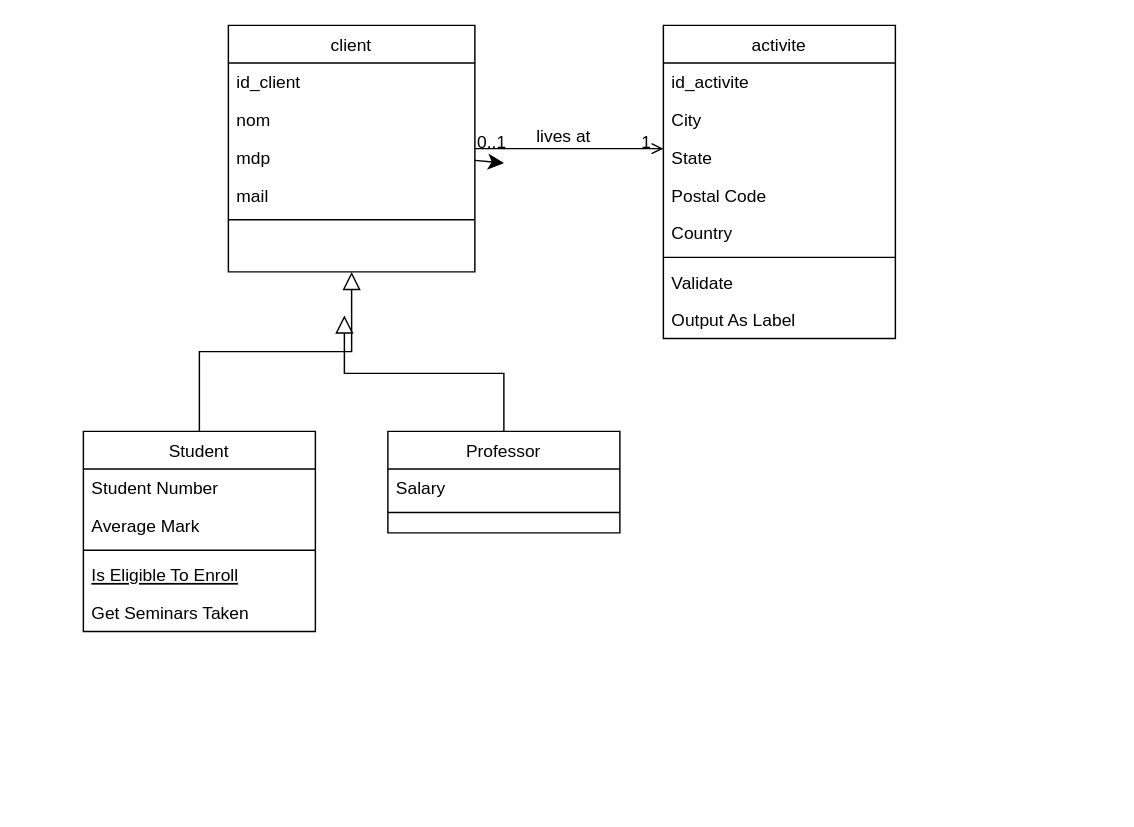
The draw.io diagram Diagramme sans nom.drawio in Jeremy-Cloarec/back-mystifolie, before the edit. Source tidied: cells renumbered, new cells numbered last; positions are measured from the earlier drawing's top-left corner, leaving out a move shared by most shapes. Both pictures are drawn from the tidied source at 145%, with x=0, y=0 at pixel (83, 25).
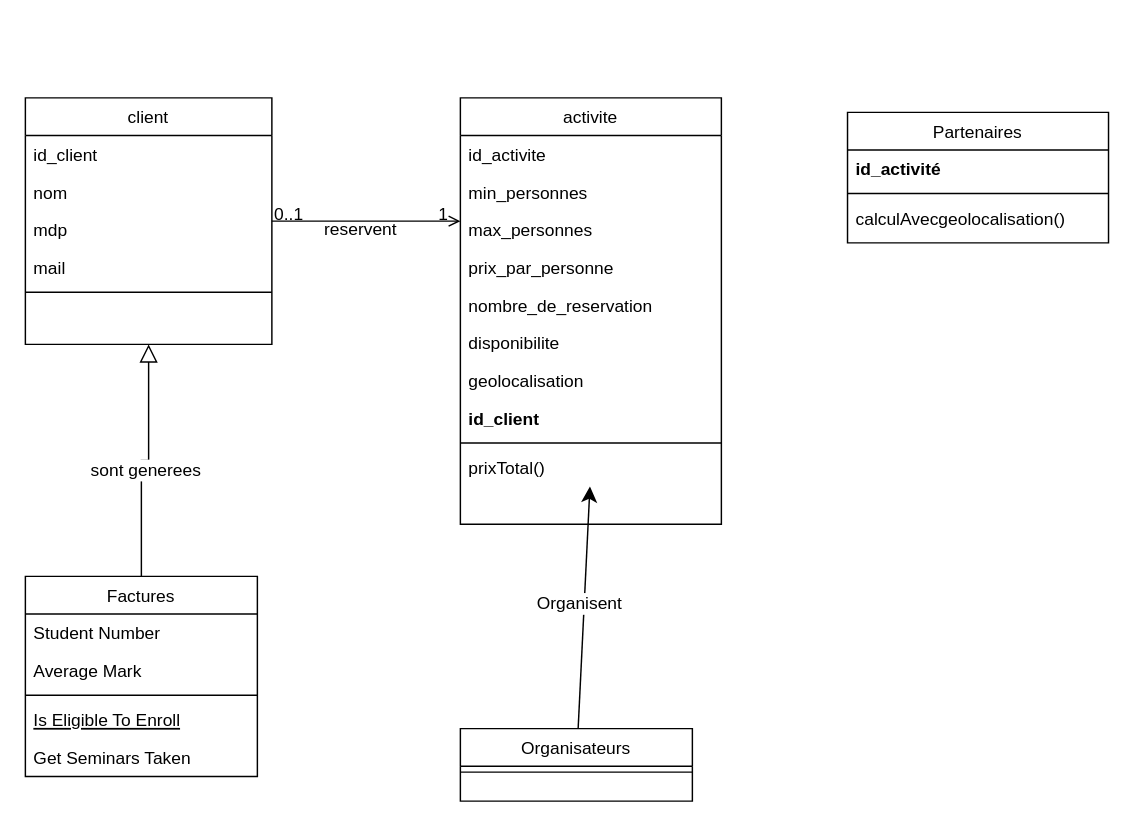
Above is the later version.

Commit message (it also covers changes not shown here):
Mettre à jour Diagramme sans nom.drawio

The change refers to these unchanged cells:
```xml
<mxCell id="15" style="endArrow=block;endSize=10;endFill=0;shadow=0;strokeWidth=1;rounded=0;curved=0;edgeStyle=elbowEdgeStyle;elbow=vertical;" parent="1" edge="1" source="9" target="3">
  <mxGeometry relative="1" as="geometry" />
</mxCell>
<mxCell id="29" style="endArrow=open;shadow=0;strokeWidth=1;rounded=0;curved=0;endFill=1;edgeStyle=elbowEdgeStyle;elbow=vertical;" parent="1" edge="1" source="3" target="20">
  <mxGeometry x="0.5" y="41" relative="1" as="geometry">
    <mxPoint x="-40" y="32" as="offset" />
  </mxGeometry>
</mxCell>
```

The edit, as a diff of the source:
```diff
@@
-    <mxCell id="2" style="edgeStyle=none;curved=1;rounded=0;jettySize=auto;html=1;fontSize=12;startSize=8;endSize=8;" parent="1" edge="1" source="3">
-      <mxGeometry relative="1" as="geometry">
-        <mxPoint x="290" y="95" as="targetPoint" />
-      </mxGeometry>
-    </mxCell>
+    <mxCell id="33" value="Partenaires" style="swimlane;fontStyle=0;align=center;verticalAlign=top;horizontal=1;startSize=26;rounded=0;shadow=0;strokeWidth=1;" parent="1" vertex="1">
+      <mxGeometry x="527" y="60" width="180" height="90" as="geometry" />
+    </mxCell>
+    <mxCell id="34" value="id_activité" style="text;align=left;verticalAlign=top;spacingLeft=4;spacingRight=4;overflow=hidden;fontStyle=1;" parent="33" vertex="1">
+      <mxGeometry y="26" width="180" height="26" as="geometry" />
+    </mxCell>
+    <mxCell id="35" style="line;html=1;strokeWidth=1;align=left;verticalAlign=middle;spacingTop=-1;spacingLeft=3;spacingRight=3;labelPosition=right;" parent="33" vertex="1">
+      <mxGeometry y="52" width="180" height="8" as="geometry" />
+    </mxCell>
+    <mxCell id="36" value="calculAvecgeolocalisation()" style="text;align=left;verticalAlign=top;spacingLeft=4;spacingRight=4;overflow=hidden;" parent="33" vertex="1">
+      <mxGeometry y="60" width="180" height="26" as="geometry" />
+    </mxCell>
     <mxCell id="3" value="client" style="swimlane;fontStyle=0;align=center;verticalAlign=top;horizontal=1;startSize=26;rounded=0;shadow=0;strokeWidth=1;" parent="1" vertex="1">
-      <mxGeometry x="100" width="170" height="170" as="geometry" />
+      <mxGeometry x="-40" y="50" width="170" height="170" as="geometry" />
     </mxCell>
@@
-    <mxCell id="9" value="Student" style="swimlane;fontStyle=0;align=center;verticalAlign=top;horizontal=1;startSize=26;rounded=0;shadow=0;strokeWidth=1;" parent="1" vertex="1">
-      <mxGeometry y="280" width="160" height="138" as="geometry" />
+    <mxCell id="9" value="Factures" style="swimlane;fontStyle=0;align=center;verticalAlign=top;horizontal=1;startSize=26;rounded=0;shadow=0;strokeWidth=1;" parent="1" vertex="1">
+      <mxGeometry x="-40" y="380" width="160" height="138" as="geometry" />
     </mxCell>
@@
+    <mxCell id="37" value="sont generees" style="edgeLabel;html=1;align=center;verticalAlign=middle;fontSize=12;" parent="15" vertex="1">
+      <mxGeometry x="-0.1" y="-2" relative="1" as="geometry" />
+    </mxCell>
+    <mxCell id="38" style="edgeStyle=none;curved=1;rounded=0;jettySize=auto;html=1;fontSize=12;startSize=8;endSize=8;" parent="1" edge="1" source="16" target="27">
+      <mxGeometry relative="1" as="geometry" />
+    </mxCell>
+    <mxCell id="39" value="Organisent" style="edgeLabel;html=1;align=center;verticalAlign=middle;fontSize=12;" parent="38" vertex="1">
+      <mxGeometry x="0.03" y="4" relative="1" as="geometry" />
+    </mxCell>
-    <mxCell id="16" value="Professor" style="swimlane;fontStyle=0;align=center;verticalAlign=top;horizontal=1;startSize=26;rounded=0;shadow=0;strokeWidth=1;" parent="1" vertex="1">
-      <mxGeometry x="210" y="280" width="160" height="70" as="geometry" />
+    <mxCell id="16" value="Organisateurs" style="swimlane;fontStyle=0;align=center;verticalAlign=top;horizontal=1;startSize=26;rounded=0;shadow=0;strokeWidth=1;" parent="1" vertex="1">
+      <mxGeometry x="260" y="485" width="160" height="50" as="geometry" />
     </mxCell>
-    <mxCell id="17" value="Salary" style="text;align=left;verticalAlign=top;spacingLeft=4;spacingRight=4;overflow=hidden;" parent="16" vertex="1">
-      <mxGeometry y="26" width="160" height="26" as="geometry" />
-    </mxCell>
     <mxCell id="18" style="line;html=1;strokeWidth=1;align=left;verticalAlign=middle;spacingTop=-1;spacingLeft=3;spacingRight=3;labelPosition=right;" parent="16" vertex="1">
-      <mxGeometry y="52" width="160" height="8" as="geometry" />
+      <mxGeometry y="26" width="160" height="8" as="geometry" />
     </mxCell>
-    <mxCell id="19" style="endArrow=block;endSize=10;endFill=0;shadow=0;strokeWidth=1;rounded=0;curved=0;edgeStyle=elbowEdgeStyle;elbow=vertical;" parent="1" edge="1" source="16">
-      <mxGeometry relative="1" as="geometry">
-        <mxPoint x="180" y="200" as="targetPoint" />
-      </mxGeometry>
-    </mxCell>
     <mxCell id="20" value="activite" style="swimlane;fontStyle=0;align=center;verticalAlign=top;horizontal=1;startSize=26;rounded=0;shadow=0;strokeWidth=1;" parent="1" vertex="1">
-      <mxGeometry x="400" width="160" height="216" as="geometry" />
+      <mxGeometry x="260" y="50" width="180" height="294" as="geometry" />
     </mxCell>
     <mxCell id="21" value="id_activite" style="text;align=left;verticalAlign=top;spacingLeft=4;spacingRight=4;overflow=hidden;" parent="20" vertex="1">
-      <mxGeometry y="26" width="160" height="26" as="geometry" />
+      <mxGeometry y="26" width="180" height="26" as="geometry" />
     </mxCell>
+    <mxCell id="23" value="min_personnes" style="text;align=left;verticalAlign=top;spacingLeft=4;spacingRight=4;overflow=hidden;rounded=0;shadow=0;html=0;" parent="20" vertex="1">
+      <mxGeometry y="52" width="180" height="26" as="geometry" />
+    </mxCell>
-    <mxCell id="22" value="City" style="text;align=left;verticalAlign=top;spacingLeft=4;spacingRight=4;overflow=hidden;rounded=0;shadow=0;html=0;" parent="20" vertex="1">
-      <mxGeometry y="52" width="160" height="26" as="geometry" />
+    <mxCell id="22" value="max_personnes" style="text;align=left;verticalAlign=top;spacingLeft=4;spacingRight=4;overflow=hidden;rounded=0;shadow=0;html=0;" parent="20" vertex="1">
+      <mxGeometry y="78" width="180" height="26" as="geometry" />
     </mxCell>
-    <mxCell id="23" value="State" style="text;align=left;verticalAlign=top;spacingLeft=4;spacingRight=4;overflow=hidden;rounded=0;shadow=0;html=0;" parent="20" vertex="1">
-      <mxGeometry y="78" width="160" height="26" as="geometry" />
-    </mxCell>
-    <mxCell id="24" value="Postal Code" style="text;align=left;verticalAlign=top;spacingLeft=4;spacingRight=4;overflow=hidden;rounded=0;shadow=0;html=0;" parent="20" vertex="1">
-      <mxGeometry y="104" width="160" height="26" as="geometry" />
+    <mxCell id="24" value="prix_par_personne" style="text;align=left;verticalAlign=top;spacingLeft=4;spacingRight=4;overflow=hidden;rounded=0;shadow=0;html=0;" parent="20" vertex="1">
+      <mxGeometry y="104" width="180" height="26" as="geometry" />
     </mxCell>
-    <mxCell id="25" value="Country" style="text;align=left;verticalAlign=top;spacingLeft=4;spacingRight=4;overflow=hidden;rounded=0;shadow=0;html=0;" parent="20" vertex="1">
-      <mxGeometry y="130" width="160" height="26" as="geometry" />
+    <mxCell id="25" value="nombre_de_reservation" style="text;align=left;verticalAlign=top;spacingLeft=4;spacingRight=4;overflow=hidden;rounded=0;shadow=0;html=0;" parent="20" vertex="1">
+      <mxGeometry y="130" width="180" height="26" as="geometry" />
     </mxCell>
+    <mxCell id="40" value="disponibilite" style="text;align=left;verticalAlign=top;spacingLeft=4;spacingRight=4;overflow=hidden;rounded=0;shadow=0;html=0;" parent="20" vertex="1">
+      <mxGeometry y="156" width="180" height="26" as="geometry" />
+    </mxCell>
+    <mxCell id="28" value="geolocalisation" style="text;align=left;verticalAlign=top;spacingLeft=4;spacingRight=4;overflow=hidden;" parent="20" vertex="1">
+      <mxGeometry y="182" width="180" height="26" as="geometry" />
+    </mxCell>
+    <mxCell id="41" value="id_client" style="text;align=left;verticalAlign=top;spacingLeft=4;spacingRight=4;overflow=hidden;fontStyle=1;" parent="20" vertex="1">
+      <mxGeometry y="208" width="180" height="26" as="geometry" />
+    </mxCell>
     <mxCell id="26" style="line;html=1;strokeWidth=1;align=left;verticalAlign=middle;spacingTop=-1;spacingLeft=3;spacingRight=3;labelPosition=right;" parent="20" vertex="1">
-      <mxGeometry y="156" width="160" height="8" as="geometry" />
+      <mxGeometry y="234" width="180" height="8" as="geometry" />
     </mxCell>
-    <mxCell id="27" value="Validate" style="text;align=left;verticalAlign=top;spacingLeft=4;spacingRight=4;overflow=hidden;points=[[0,0.5],[1,0.5]];portConstraint=eastwest;" parent="20" vertex="1">
-      <mxGeometry y="164" width="160" height="26" as="geometry" />
+    <mxCell id="27" value="prixTotal()" style="text;align=left;verticalAlign=top;spacingLeft=4;spacingRight=4;overflow=hidden;points=[[0,0.5],[1,0.5]];portConstraint=eastwest;" parent="20" vertex="1">
+      <mxGeometry y="242" width="180" height="26" as="geometry" />
     </mxCell>
-    <mxCell id="28" value="Output As Label" style="text;align=left;verticalAlign=top;spacingLeft=4;spacingRight=4;overflow=hidden;" parent="20" vertex="1">
-      <mxGeometry y="190" width="160" height="26" as="geometry" />
-    </mxCell>
@@
-    <mxCell id="32" value="lives at" style="text;html=1;align=center;verticalAlign=middle;labelBackgroundColor=none;rounded=0;shadow=0;strokeWidth=1;fontSize=12;" parent="29" vertex="1">
+    <mxCell id="32" value="reservent" style="text;html=1;align=center;verticalAlign=middle;labelBackgroundColor=none;rounded=0;shadow=0;strokeWidth=1;fontSize=12;" parent="29" vertex="1">
       <mxGeometry x="0.5" y="49" relative="1" as="geometry">
-        <mxPoint x="-38" y="40" as="offset" />
+        <mxPoint x="-38" y="54" as="offset" />
       </mxGeometry>
     </mxCell>
```
